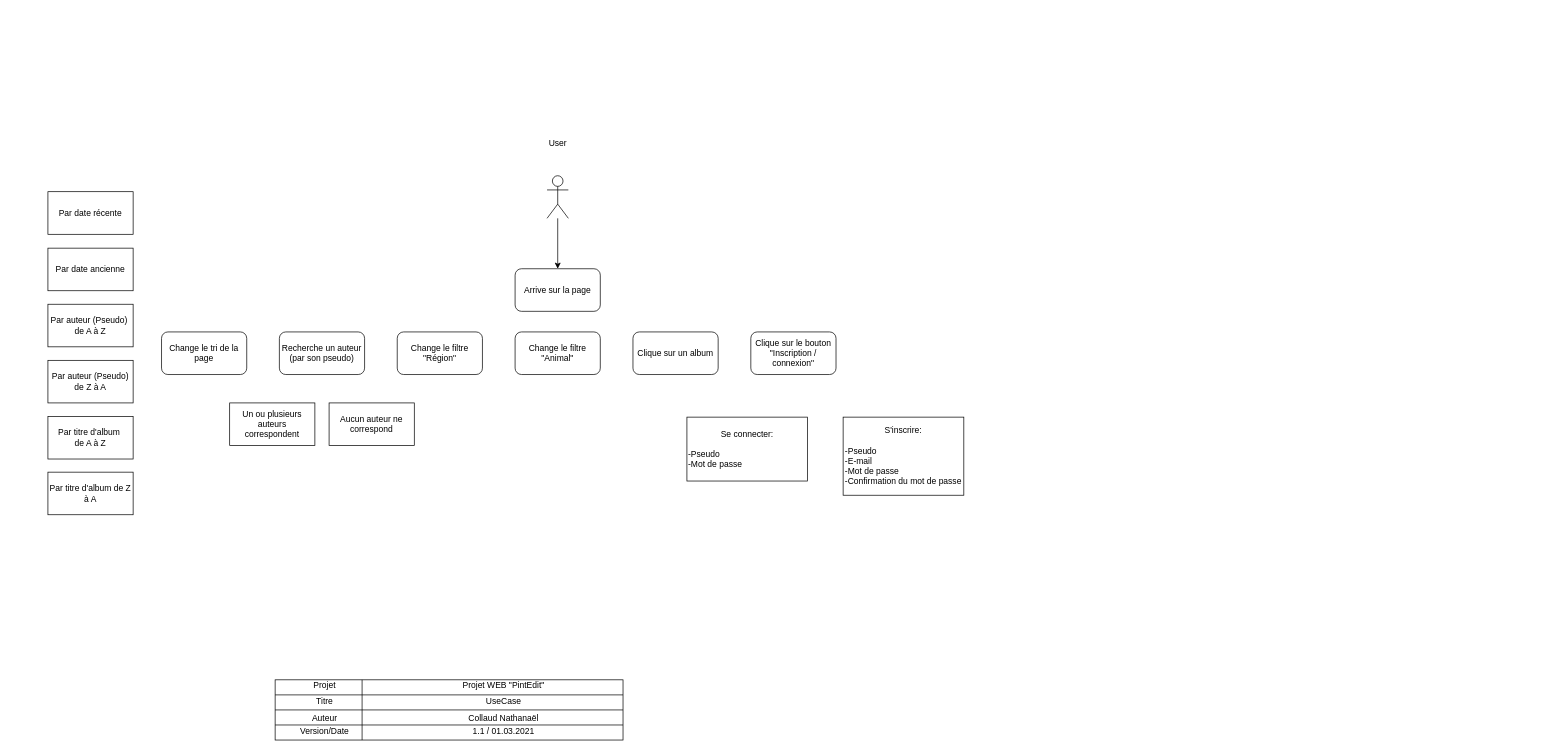
This is usecase.drawio from NathanaelCollaud/Projet-WEB, a draw.io file, before an edit. Source tidied: cells renumbered, new cells numbered last; positions are measured from the earlier drawing's top-left corner, leaving out a move shared by most shapes. Both pictures are drawn from the tidied source at 71%, with x=0, y=0 at pixel (48, 175).
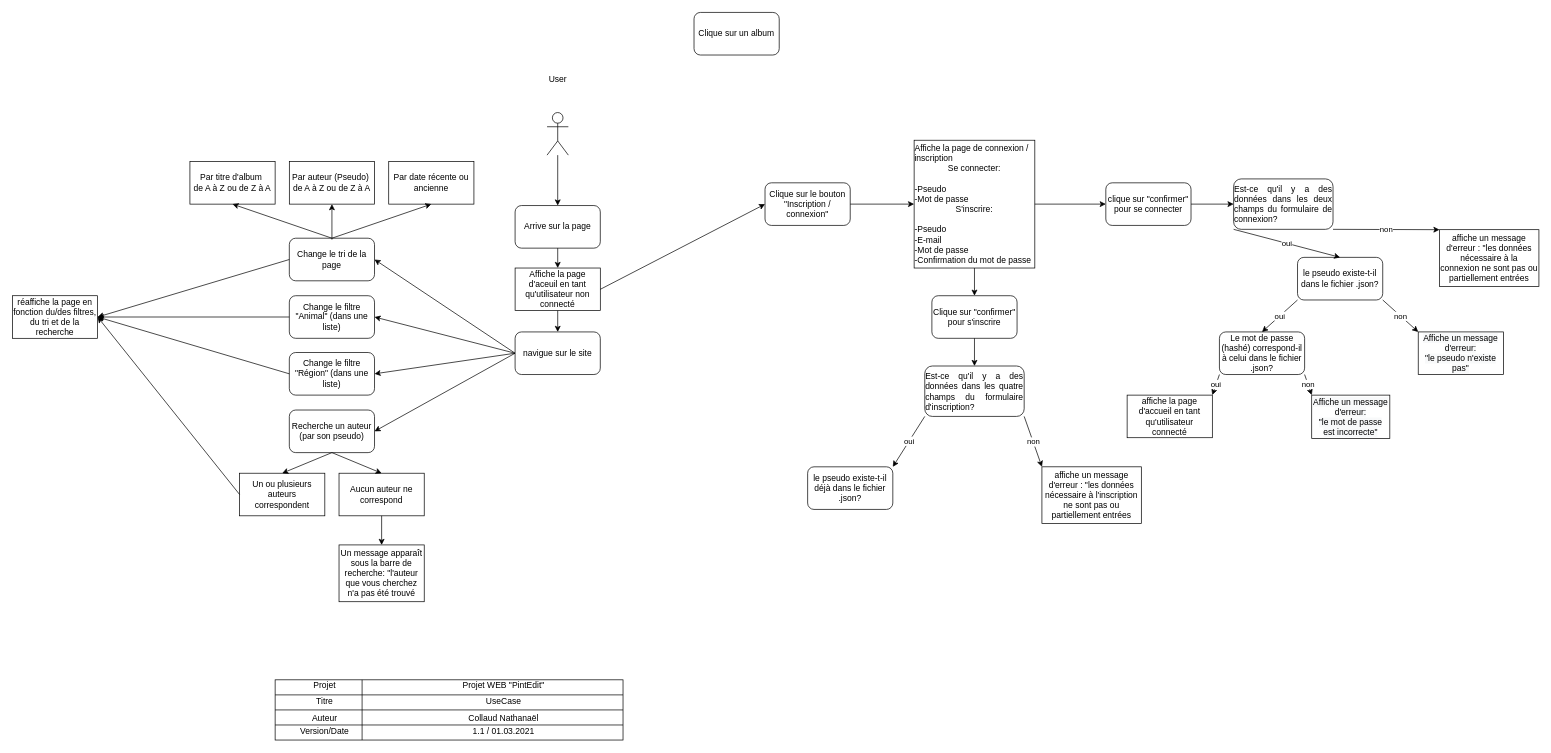
Above is the later version.

Change to the diagram source:
```diff
@@
     <mxCell id="16" value="User" style="shape=umlActor;verticalLabelPosition=top;verticalAlign=top;html=1;outlineConnect=0;" parent="1" vertex="1">
-      <mxGeometry x="703" width="30" height="60" as="geometry" />
+      <mxGeometry x="703" y="-89" width="30" height="60" as="geometry" />
     </mxCell>
     <mxCell id="17" value="Arrive sur la page" style="rounded=1;whiteSpace=wrap;html=1;" parent="1" vertex="1">
-      <mxGeometry x="658" y="131" width="120" height="60" as="geometry" />
+      <mxGeometry x="658" y="42" width="120" height="60" as="geometry" />
     </mxCell>
     <mxCell id="18" value="Clique sur le bouton &quot;Inscription / connexion&quot;" style="rounded=1;whiteSpace=wrap;html=1;" parent="1" vertex="1">
-      <mxGeometry x="990" y="220" width="120" height="60" as="geometry" />
+      <mxGeometry x="1010" y="10" width="120" height="60" as="geometry" />
     </mxCell>
-    <mxCell id="19" value="Change le filtre &quot;Animal&quot;" style="rounded=1;whiteSpace=wrap;html=1;" parent="1" vertex="1">
-      <mxGeometry x="658" y="220" width="120" height="60" as="geometry" />
+    <mxCell id="19" value="Change le filtre &quot;Animal&quot; (dans une liste)" style="rounded=1;whiteSpace=wrap;html=1;" parent="1" vertex="1">
+      <mxGeometry x="340" y="169" width="120" height="60" as="geometry" />
     </mxCell>
-    <mxCell id="20" value="Change le filtre &quot;Région&quot;" style="rounded=1;whiteSpace=wrap;html=1;" parent="1" vertex="1">
-      <mxGeometry x="492" y="220" width="120" height="60" as="geometry" />
+    <mxCell id="20" value="Change le filtre &quot;Région&quot; (dans une liste)" style="rounded=1;whiteSpace=wrap;html=1;" parent="1" vertex="1">
+      <mxGeometry x="340" y="249" width="120" height="60" as="geometry" />
     </mxCell>
     <mxCell id="21" value="Recherche un auteur (par son pseudo)" style="rounded=1;whiteSpace=wrap;html=1;" parent="1" vertex="1">
-      <mxGeometry x="326" y="220" width="120" height="60" as="geometry" />
+      <mxGeometry x="340" y="330" width="120" height="60" as="geometry" />
     </mxCell>
     <mxCell id="22" value="Change le tri de la page" style="rounded=1;whiteSpace=wrap;html=1;" parent="1" vertex="1">
-      <mxGeometry x="160" y="220" width="120" height="60" as="geometry" />
+      <mxGeometry x="340" y="88" width="120" height="60" as="geometry" />
     </mxCell>
-    <mxCell id="23" value="S'inscrire:&lt;br&gt;&lt;br&gt;&lt;div style=&quot;text-align: left&quot;&gt;&lt;span&gt;-Pseudo&lt;/span&gt;&lt;/div&gt;&lt;div style=&quot;text-align: left&quot;&gt;&lt;span&gt;-E-mail&lt;/span&gt;&lt;/div&gt;&lt;div style=&quot;text-align: left&quot;&gt;&lt;span&gt;-Mot de passe&lt;/span&gt;&lt;/div&gt;&lt;div style=&quot;text-align: left&quot;&gt;&lt;span&gt;-Confirmation du mot de passe&lt;/span&gt;&lt;/div&gt;" style="rounded=0;whiteSpace=wrap;html=1;" parent="1" vertex="1">
-      <mxGeometry x="1120" y="340" width="170" height="110" as="geometry" />
+    <mxCell id="23" value="&lt;div style=&quot;text-align: left&quot;&gt;Affiche la page de connexion / inscription&lt;/div&gt;&lt;div&gt;Se connecter:&lt;/div&gt;&lt;br&gt;&lt;div style=&quot;text-align: left&quot;&gt;-Pseudo&lt;/div&gt;&lt;div style=&quot;text-align: left&quot;&gt;-Mot de passe&amp;nbsp; &amp;nbsp; &amp;nbsp; &amp;nbsp; &amp;nbsp; &amp;nbsp; &amp;nbsp; &amp;nbsp; &amp;nbsp; &amp;nbsp; &amp;nbsp; &amp;nbsp; &amp;nbsp; &amp;nbsp;&lt;/div&gt;S'inscrire:&lt;br&gt;&lt;br&gt;&lt;div style=&quot;text-align: left&quot;&gt;&lt;span&gt;-Pseudo&lt;/span&gt;&lt;/div&gt;&lt;div style=&quot;text-align: left&quot;&gt;&lt;span&gt;-E-mail&lt;/span&gt;&lt;/div&gt;&lt;div style=&quot;text-align: left&quot;&gt;&lt;span&gt;-Mot de passe&lt;/span&gt;&lt;/div&gt;&lt;div style=&quot;text-align: left&quot;&gt;&lt;span&gt;-Confirmation du mot de passe&lt;/span&gt;&lt;/div&gt;" style="rounded=0;whiteSpace=wrap;html=1;" parent="1" vertex="1">
+      <mxGeometry x="1220" y="-50" width="170" height="180" as="geometry" />
     </mxCell>
-    <mxCell id="24" value="&lt;div&gt;&lt;span&gt;Se connecter:&lt;/span&gt;&lt;/div&gt;&lt;br&gt;&lt;div style=&quot;text-align: left&quot;&gt;&lt;span&gt;-Pseudo&lt;/span&gt;&lt;/div&gt;&lt;div style=&quot;text-align: left&quot;&gt;&lt;span&gt;-Mot de passe&amp;nbsp; &amp;nbsp; &amp;nbsp; &amp;nbsp; &amp;nbsp; &amp;nbsp; &amp;nbsp; &amp;nbsp; &amp;nbsp; &amp;nbsp; &amp;nbsp; &amp;nbsp; &amp;nbsp; &amp;nbsp;&lt;/span&gt;&lt;/div&gt;" style="rounded=0;whiteSpace=wrap;html=1;" parent="1" vertex="1">
-      <mxGeometry x="900" y="340" width="170" height="90" as="geometry" />
-    </mxCell>
-    <mxCell id="25" value="Par date récente" style="rounded=0;whiteSpace=wrap;html=1;" parent="1" vertex="1">
-      <mxGeometry y="22.5" width="120" height="60" as="geometry" />
+    <mxCell id="25" value="Par date récente ou ancienne" style="rounded=0;whiteSpace=wrap;html=1;" parent="1" vertex="1">
+      <mxGeometry x="480" y="-20" width="120" height="60" as="geometry" />
     </mxCell>
-    <mxCell id="26" value="Par date ancienne" style="rounded=0;whiteSpace=wrap;html=1;" parent="1" vertex="1">
-      <mxGeometry y="102" width="120" height="60" as="geometry" />
-    </mxCell>
-    <mxCell id="27" value="Par auteur (Pseudo)&amp;nbsp;&lt;br&gt;de A à Z" style="rounded=0;whiteSpace=wrap;html=1;" parent="1" vertex="1">
-      <mxGeometry y="181" width="120" height="60" as="geometry" />
+    <mxCell id="27" value="Par auteur (Pseudo)&amp;nbsp;&lt;br&gt;de A à Z ou de Z à A" style="rounded=0;whiteSpace=wrap;html=1;" parent="1" vertex="1">
+      <mxGeometry x="340" y="-20" width="120" height="60" as="geometry" />
     </mxCell>
-    <mxCell id="28" value="Par auteur (Pseudo) de Z à A" style="rounded=0;whiteSpace=wrap;html=1;" parent="1" vertex="1">
-      <mxGeometry y="260" width="120" height="60" as="geometry" />
-    </mxCell>
-    <mxCell id="29" value="Par titre d'album de Z à A" style="rounded=0;whiteSpace=wrap;html=1;" parent="1" vertex="1">
-      <mxGeometry y="417.5" width="120" height="60" as="geometry" />
-    </mxCell>
-    <mxCell id="30" value="Par titre d'album&amp;nbsp;&lt;br&gt;de A à Z" style="rounded=0;whiteSpace=wrap;html=1;" parent="1" vertex="1">
-      <mxGeometry y="339" width="120" height="60" as="geometry" />
+    <mxCell id="30" value="Par titre d'album&amp;nbsp;&lt;br&gt;de A à Z ou de Z à A" style="rounded=0;whiteSpace=wrap;html=1;" parent="1" vertex="1">
+      <mxGeometry x="200" y="-20" width="120" height="60" as="geometry" />
     </mxCell>
     <mxCell id="31" value="Clique sur un album" style="rounded=1;whiteSpace=wrap;html=1;" parent="1" vertex="1">
-      <mxGeometry x="824" y="220" width="120" height="60" as="geometry" />
+      <mxGeometry x="910" y="-230" width="120" height="60" as="geometry" />
     </mxCell>
@@
     <mxCell id="33" value="Un ou plusieurs auteurs correspondent" style="rounded=0;whiteSpace=wrap;html=1;" parent="1" vertex="1">
-      <mxGeometry x="256" y="320" width="120" height="60" as="geometry" />
+      <mxGeometry x="270" y="419" width="120" height="60" as="geometry" />
     </mxCell>
     <mxCell id="34" value="Aucun auteur ne correspond" style="rounded=0;whiteSpace=wrap;html=1;" parent="1" vertex="1">
-      <mxGeometry x="396" y="320" width="120" height="60" as="geometry" />
+      <mxGeometry x="410" y="419" width="120" height="60" as="geometry" />
     </mxCell>
+    <mxCell id="35" value="Affiche la page d'aceuil en tant qu'utilisateur non connecté" style="rounded=0;whiteSpace=wrap;html=1;" parent="1" vertex="1">
+      <mxGeometry x="658" y="130" width="120" height="60" as="geometry" />
+    </mxCell>
+    <mxCell id="36" style="endArrow=classic;html=1;exitX=0.5;exitY=1;exitDx=0;exitDy=0;entryX=0.5;entryY=0;entryDx=0;entryDy=0;" parent="1" edge="1" source="17" target="35">
+      <mxGeometry relative="1" as="geometry" />
+    </mxCell>
+    <mxCell id="37" value="clique sur &quot;confirmer&quot; pour se connecter" style="rounded=1;whiteSpace=wrap;html=1;" parent="1" vertex="1">
+      <mxGeometry x="1490" y="10" width="120" height="60" as="geometry" />
+    </mxCell>
+    <mxCell id="38" value="le pseudo existe-t-il dans le fichier .json?" style="rounded=1;whiteSpace=wrap;html=1;" parent="1" vertex="1">
+      <mxGeometry x="1760" y="115" width="120" height="60" as="geometry" />
+    </mxCell>
+    <mxCell id="39" value="Le mot de passe (hashé) correspond-il à celui dans le fichier .json?" style="rounded=1;whiteSpace=wrap;html=1;" parent="1" vertex="1">
+      <mxGeometry x="1650" y="220" width="120" height="60" as="geometry" />
+    </mxCell>
+    <mxCell id="40" value="oui" style="endArrow=classic;html=1;exitX=0;exitY=1;exitDx=0;exitDy=0;entryX=0.5;entryY=0;entryDx=0;entryDy=0;" parent="1" edge="1" source="38" target="39">
+      <mxGeometry relative="1" as="geometry" />
+    </mxCell>
+    <mxCell id="41" value="non" style="endArrow=classic;html=1;exitX=1;exitY=1;exitDx=0;exitDy=0;entryX=0;entryY=0;entryDx=0;entryDy=0;" parent="1" edge="1" source="38" target="42">
+      <mxGeometry relative="1" as="geometry" />
+    </mxCell>
+    <mxCell id="42" value="&#10;&#10;&lt;span style=&quot;color: rgb(0, 0, 0); font-family: helvetica; font-size: 12px; font-style: normal; font-weight: 400; letter-spacing: normal; text-align: center; text-indent: 0px; text-transform: none; word-spacing: 0px; background-color: rgb(248, 249, 250); display: inline; float: none;&quot;&gt;Affiche un message d'erreur:&lt;/span&gt;&lt;br style=&quot;color: rgb(0, 0, 0); font-family: helvetica; font-size: 12px; font-style: normal; font-weight: 400; letter-spacing: normal; text-align: center; text-indent: 0px; text-transform: none; word-spacing: 0px; background-color: rgb(248, 249, 250);&quot;&gt;&lt;span style=&quot;color: rgb(0, 0, 0); font-family: helvetica; font-size: 12px; font-style: normal; font-weight: 400; letter-spacing: normal; text-align: center; text-indent: 0px; text-transform: none; word-spacing: 0px; background-color: rgb(248, 249, 250); display: inline; float: none;&quot;&gt;&quot;le pseudo n'existe pas&quot;&lt;/span&gt;&#10;&#10;" style="rounded=0;whiteSpace=wrap;html=1;" parent="1" vertex="1">
+      <mxGeometry x="1930" y="220" width="120" height="60" as="geometry" />
+    </mxCell>
+    <mxCell id="43" style="endArrow=classic;html=1;entryX=0.5;entryY=1;entryDx=0;entryDy=0;exitX=0.5;exitY=0;exitDx=0;exitDy=0;" parent="1" edge="1" source="22" target="25">
+      <mxGeometry relative="1" as="geometry" />
+    </mxCell>
+    <mxCell id="44" style="endArrow=classic;html=1;entryX=0.5;entryY=1;entryDx=0;entryDy=0;" parent="1" edge="1" target="27">
+      <mxGeometry relative="1" as="geometry">
+        <mxPoint x="400" y="90" as="sourcePoint" />
+      </mxGeometry>
+    </mxCell>
+    <mxCell id="45" style="endArrow=classic;html=1;exitX=0.5;exitY=0;exitDx=0;exitDy=0;entryX=0.5;entryY=1;entryDx=0;entryDy=0;" parent="1" edge="1" source="22" target="30">
+      <mxGeometry relative="1" as="geometry" />
+    </mxCell>
+    <mxCell id="46" style="endArrow=classic;html=1;entryX=0;entryY=0.5;entryDx=0;entryDy=0;exitX=1;exitY=0.5;exitDx=0;exitDy=0;" parent="1" edge="1" source="35" target="18">
+      <mxGeometry relative="1" as="geometry" />
+    </mxCell>
+    <mxCell id="47" style="endArrow=classic;html=1;entryX=0;entryY=0.5;entryDx=0;entryDy=0;exitX=1;exitY=0.5;exitDx=0;exitDy=0;" parent="1" edge="1" source="18" target="23">
+      <mxGeometry relative="1" as="geometry" />
+    </mxCell>
+    <mxCell id="48" style="endArrow=classic;html=1;exitX=1;exitY=0.5;exitDx=0;exitDy=0;entryX=0;entryY=0.5;entryDx=0;entryDy=0;" parent="1" edge="1" source="23" target="37">
+      <mxGeometry relative="1" as="geometry" />
+    </mxCell>
+    <mxCell id="49" value="&lt;div style=&quot;text-align: justify&quot;&gt;&lt;span&gt;Est-ce qu'il y a des données dans les deux champs du formulaire de connexion?&lt;/span&gt;&lt;/div&gt;" style="rounded=1;whiteSpace=wrap;html=1;" parent="1" vertex="1">
+      <mxGeometry x="1670" y="4.5" width="140" height="71" as="geometry" />
+    </mxCell>
+    <mxCell id="50" value="oui" style="endArrow=classic;html=1;exitX=0;exitY=1;exitDx=0;exitDy=0;entryX=0.5;entryY=0;entryDx=0;entryDy=0;" parent="1" edge="1" source="49" target="38">
+      <mxGeometry relative="1" as="geometry" />
+    </mxCell>
+    <mxCell id="51" value="non" style="endArrow=classic;html=1;entryX=0;entryY=0;entryDx=0;entryDy=0;exitX=1;exitY=1;exitDx=0;exitDy=0;" parent="1" edge="1" source="49" target="52">
+      <mxGeometry relative="1" as="geometry" />
+    </mxCell>
+    <mxCell id="52" value="affiche un message d'erreur : &quot;les données nécessaire à la connexion ne sont pas ou partiellement entrées" style="rounded=0;whiteSpace=wrap;html=1;" parent="1" vertex="1">
+      <mxGeometry x="1960" y="76" width="140" height="80" as="geometry" />
+    </mxCell>
+    <mxCell id="53" style="endArrow=classic;html=1;exitX=1;exitY=0.5;exitDx=0;exitDy=0;entryX=0;entryY=0.5;entryDx=0;entryDy=0;" parent="1" edge="1" source="37" target="49">
+      <mxGeometry relative="1" as="geometry" />
+    </mxCell>
+    <mxCell id="54" value="réaffiche la page en fonction du/des filtres, du tri et de la recherche" style="rounded=0;whiteSpace=wrap;html=1;" parent="1" vertex="1">
+      <mxGeometry x="-50" y="169" width="120" height="60" as="geometry" />
+    </mxCell>
+    <mxCell id="55" style="endArrow=classic;html=1;entryX=1;entryY=0.5;entryDx=0;entryDy=0;exitX=0;exitY=0.5;exitDx=0;exitDy=0;" parent="1" edge="1" source="22" target="54">
+      <mxGeometry relative="1" as="geometry" />
+    </mxCell>
+    <mxCell id="56" style="endArrow=classic;html=1;entryX=1;entryY=0.5;entryDx=0;entryDy=0;exitX=0;exitY=0.5;exitDx=0;exitDy=0;" parent="1" edge="1" source="19" target="54">
+      <mxGeometry relative="1" as="geometry" />
+    </mxCell>
+    <mxCell id="57" style="endArrow=classic;html=1;entryX=1;entryY=0.5;entryDx=0;entryDy=0;exitX=0;exitY=0.5;exitDx=0;exitDy=0;" parent="1" edge="1" source="20" target="54">
+      <mxGeometry relative="1" as="geometry" />
+    </mxCell>
+    <mxCell id="58" style="endArrow=classic;html=1;entryX=1;entryY=0.5;entryDx=0;entryDy=0;exitX=0;exitY=0.5;exitDx=0;exitDy=0;" parent="1" edge="1" source="33" target="54">
+      <mxGeometry relative="1" as="geometry" />
+    </mxCell>
+    <mxCell id="59" style="endArrow=classic;html=1;entryX=1;entryY=0.5;entryDx=0;entryDy=0;exitX=0;exitY=0.5;exitDx=0;exitDy=0;" parent="1" edge="1" source="75" target="22">
+      <mxGeometry relative="1" as="geometry" />
+    </mxCell>
+    <mxCell id="60" style="endArrow=classic;html=1;entryX=1;entryY=0.5;entryDx=0;entryDy=0;exitX=0;exitY=0.5;exitDx=0;exitDy=0;" parent="1" edge="1" source="75" target="21">
+      <mxGeometry relative="1" as="geometry" />
+    </mxCell>
+    <mxCell id="61" style="endArrow=classic;html=1;entryX=1;entryY=0.5;entryDx=0;entryDy=0;exitX=0;exitY=0.5;exitDx=0;exitDy=0;" parent="1" edge="1" source="75" target="19">
+      <mxGeometry relative="1" as="geometry" />
+    </mxCell>
+    <mxCell id="62" style="endArrow=classic;html=1;entryX=1;entryY=0.5;entryDx=0;entryDy=0;exitX=0;exitY=0.5;exitDx=0;exitDy=0;" parent="1" edge="1" source="75" target="20">
+      <mxGeometry relative="1" as="geometry" />
+    </mxCell>
+    <mxCell id="63" style="endArrow=classic;html=1;entryX=0.5;entryY=0;entryDx=0;entryDy=0;exitX=0.5;exitY=1;exitDx=0;exitDy=0;" parent="1" edge="1" source="21" target="33">
+      <mxGeometry relative="1" as="geometry" />
+    </mxCell>
+    <mxCell id="64" style="endArrow=classic;html=1;exitX=0.5;exitY=1;exitDx=0;exitDy=0;entryX=0.5;entryY=0;entryDx=0;entryDy=0;" parent="1" edge="1" source="21" target="34">
+      <mxGeometry relative="1" as="geometry" />
+    </mxCell>
+    <mxCell id="65" value="Un message apparaît sous la barre de recherche: &quot;l'auteur que vous cherchez n'a pas été trouvé" style="rounded=0;whiteSpace=wrap;html=1;" parent="1" vertex="1">
+      <mxGeometry x="410" y="520" width="120" height="80" as="geometry" />
+    </mxCell>
+    <mxCell id="66" style="endArrow=classic;html=1;exitX=0.5;exitY=1;exitDx=0;exitDy=0;entryX=0.5;entryY=0;entryDx=0;entryDy=0;" parent="1" edge="1" source="34" target="65">
+      <mxGeometry relative="1" as="geometry" />
+    </mxCell>
+    <mxCell id="67" value="Clique sur &quot;confirmer&quot; pour s'inscrire" style="rounded=1;whiteSpace=wrap;html=1;" parent="1" vertex="1">
+      <mxGeometry x="1245" y="169" width="120" height="60" as="geometry" />
+    </mxCell>
+    <mxCell id="68" value="&lt;div style=&quot;text-align: justify&quot;&gt;&lt;span&gt;Est-ce qu'il y a des données dans les quatre champs du formulaire d'inscription?&lt;/span&gt;&lt;/div&gt;" style="rounded=1;whiteSpace=wrap;html=1;" parent="1" vertex="1">
+      <mxGeometry x="1235" y="268" width="140" height="71" as="geometry" />
+    </mxCell>
+    <mxCell id="69" style="endArrow=classic;html=1;exitX=0.5;exitY=1;exitDx=0;exitDy=0;entryX=0.5;entryY=0;entryDx=0;entryDy=0;" parent="1" edge="1" source="23" target="67">
+      <mxGeometry relative="1" as="geometry" />
+    </mxCell>
+    <mxCell id="70" value="le pseudo existe-t-il déjà dans le fichier .json?" style="rounded=1;whiteSpace=wrap;html=1;" parent="1" vertex="1">
+      <mxGeometry x="1070" y="410" width="120" height="60" as="geometry" />
+    </mxCell>
+    <mxCell id="71" value="oui" style="endArrow=classic;html=1;exitX=0;exitY=1;exitDx=0;exitDy=0;entryX=1;entryY=0;entryDx=0;entryDy=0;" parent="1" edge="1" source="68" target="70">
+      <mxGeometry relative="1" as="geometry" />
+    </mxCell>
+    <mxCell id="72" value="affiche un message d'erreur : &quot;les données nécessaire à l'inscription ne sont pas ou partiellement entrées" style="rounded=0;whiteSpace=wrap;html=1;" parent="1" vertex="1">
+      <mxGeometry x="1400" y="410" width="140" height="80" as="geometry" />
+    </mxCell>
+    <mxCell id="73" value="non" style="endArrow=classic;html=1;entryX=0;entryY=0;entryDx=0;entryDy=0;exitX=1;exitY=1;exitDx=0;exitDy=0;" parent="1" edge="1" source="68" target="72">
+      <mxGeometry relative="1" as="geometry" />
+    </mxCell>
+    <mxCell id="74" style="endArrow=classic;html=1;exitX=0.5;exitY=1;exitDx=0;exitDy=0;entryX=0.5;entryY=0;entryDx=0;entryDy=0;" parent="1" edge="1" source="67" target="68">
+      <mxGeometry relative="1" as="geometry" />
+    </mxCell>
+    <mxCell id="75" value="navigue sur le site" style="rounded=1;whiteSpace=wrap;html=1;" parent="1" vertex="1">
+      <mxGeometry x="658" y="220" width="120" height="60" as="geometry" />
+    </mxCell>
+    <mxCell id="76" style="endArrow=classic;html=1;exitX=0.5;exitY=1;exitDx=0;exitDy=0;entryX=0.5;entryY=0;entryDx=0;entryDy=0;" parent="1" edge="1" source="35" target="75">
+      <mxGeometry relative="1" as="geometry" />
+    </mxCell>
+    <mxCell id="77" value="affiche la page d'accueil en tant qu'utilisateur connecté" style="rounded=0;whiteSpace=wrap;html=1;" parent="1" vertex="1">
+      <mxGeometry x="1520" y="309" width="120" height="60" as="geometry" />
+    </mxCell>
+    <mxCell id="78" value="&lt;span style=&quot;color: rgb(0 , 0 , 0) ; font-family: &amp;#34;helvetica&amp;#34; ; font-size: 12px ; font-style: normal ; font-weight: 400 ; letter-spacing: normal ; text-align: center ; text-indent: 0px ; text-transform: none ; word-spacing: 0px ; background-color: rgb(248 , 249 , 250) ; display: inline ; float: none&quot;&gt;Affiche un message d'erreur:&lt;/span&gt;&lt;br style=&quot;color: rgb(0 , 0 , 0) ; font-family: &amp;#34;helvetica&amp;#34; ; font-size: 12px ; font-style: normal ; font-weight: 400 ; letter-spacing: normal ; text-align: center ; text-indent: 0px ; text-transform: none ; word-spacing: 0px ; background-color: rgb(248 , 249 , 250)&quot;&gt;&lt;span style=&quot;color: rgb(0 , 0 , 0) ; font-family: &amp;#34;helvetica&amp;#34; ; font-size: 12px ; font-style: normal ; font-weight: 400 ; letter-spacing: normal ; text-align: center ; text-indent: 0px ; text-transform: none ; word-spacing: 0px ; background-color: rgb(248 , 249 , 250) ; display: inline ; float: none&quot;&gt;&quot;le mot de passe est incorrecte&quot;&lt;/span&gt;" style="rounded=0;whiteSpace=wrap;html=1;" parent="1" vertex="1">
+      <mxGeometry x="1780" y="309" width="110" height="61" as="geometry" />
+    </mxCell>
+    <mxCell id="79" value="oui" style="endArrow=classic;html=1;entryX=1;entryY=0;entryDx=0;entryDy=0;exitX=0;exitY=1;exitDx=0;exitDy=0;" parent="1" edge="1" source="39" target="77">
+      <mxGeometry relative="1" as="geometry" />
+    </mxCell>
+    <mxCell id="80" value="non" style="endArrow=classic;html=1;entryX=0;entryY=0;entryDx=0;entryDy=0;exitX=1;exitY=1;exitDx=0;exitDy=0;" parent="1" edge="1" source="39" target="78">
+      <mxGeometry relative="1" as="geometry" />
+    </mxCell>
```
